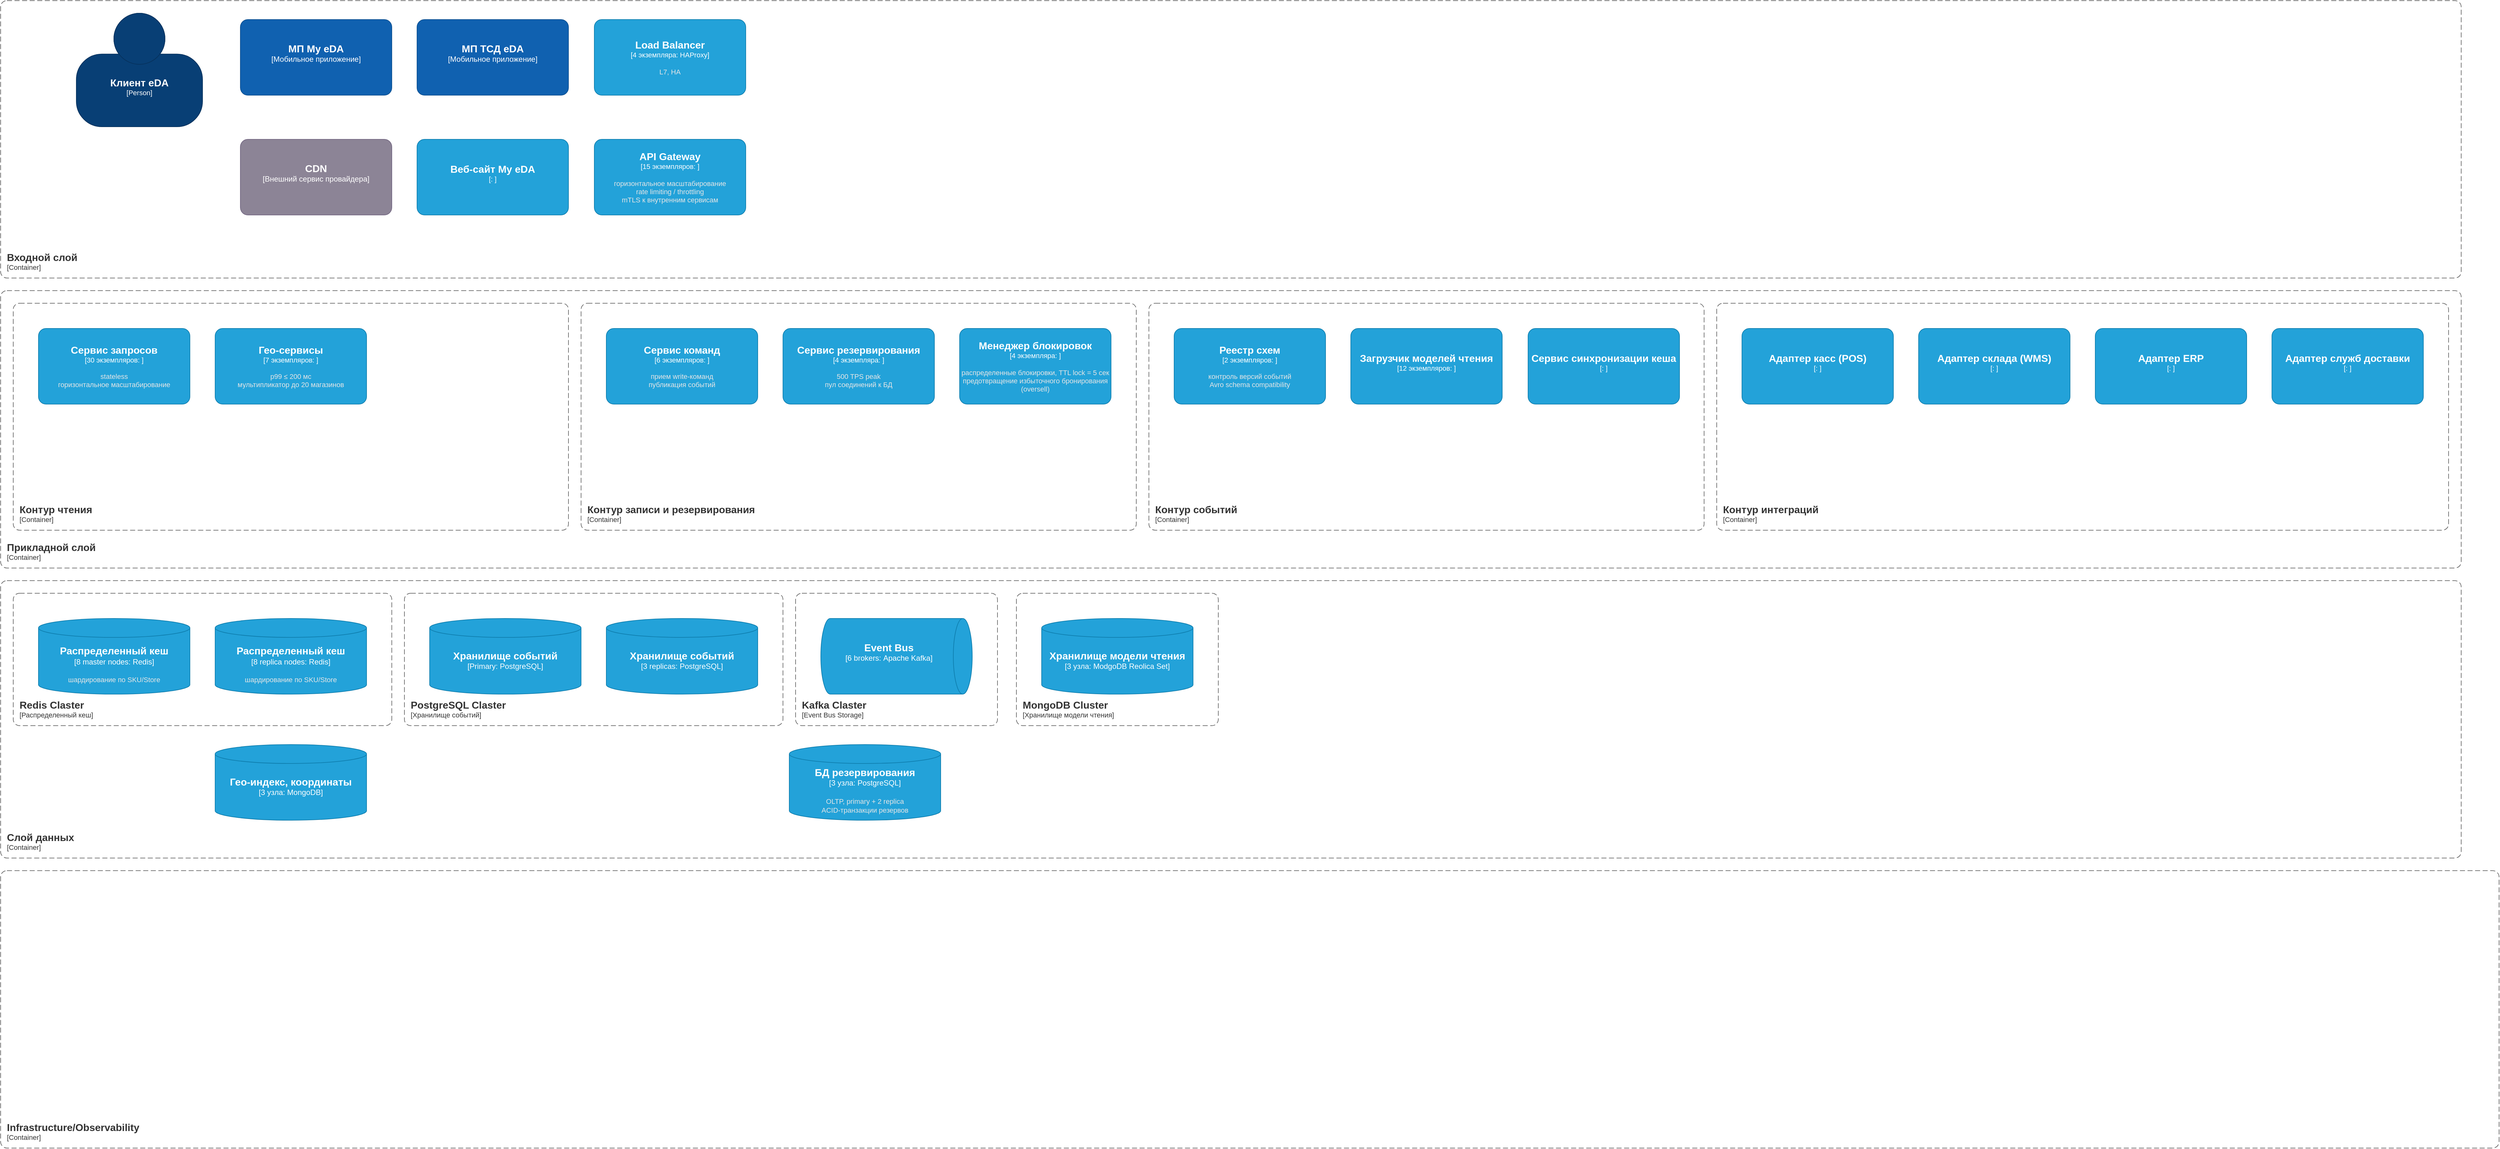
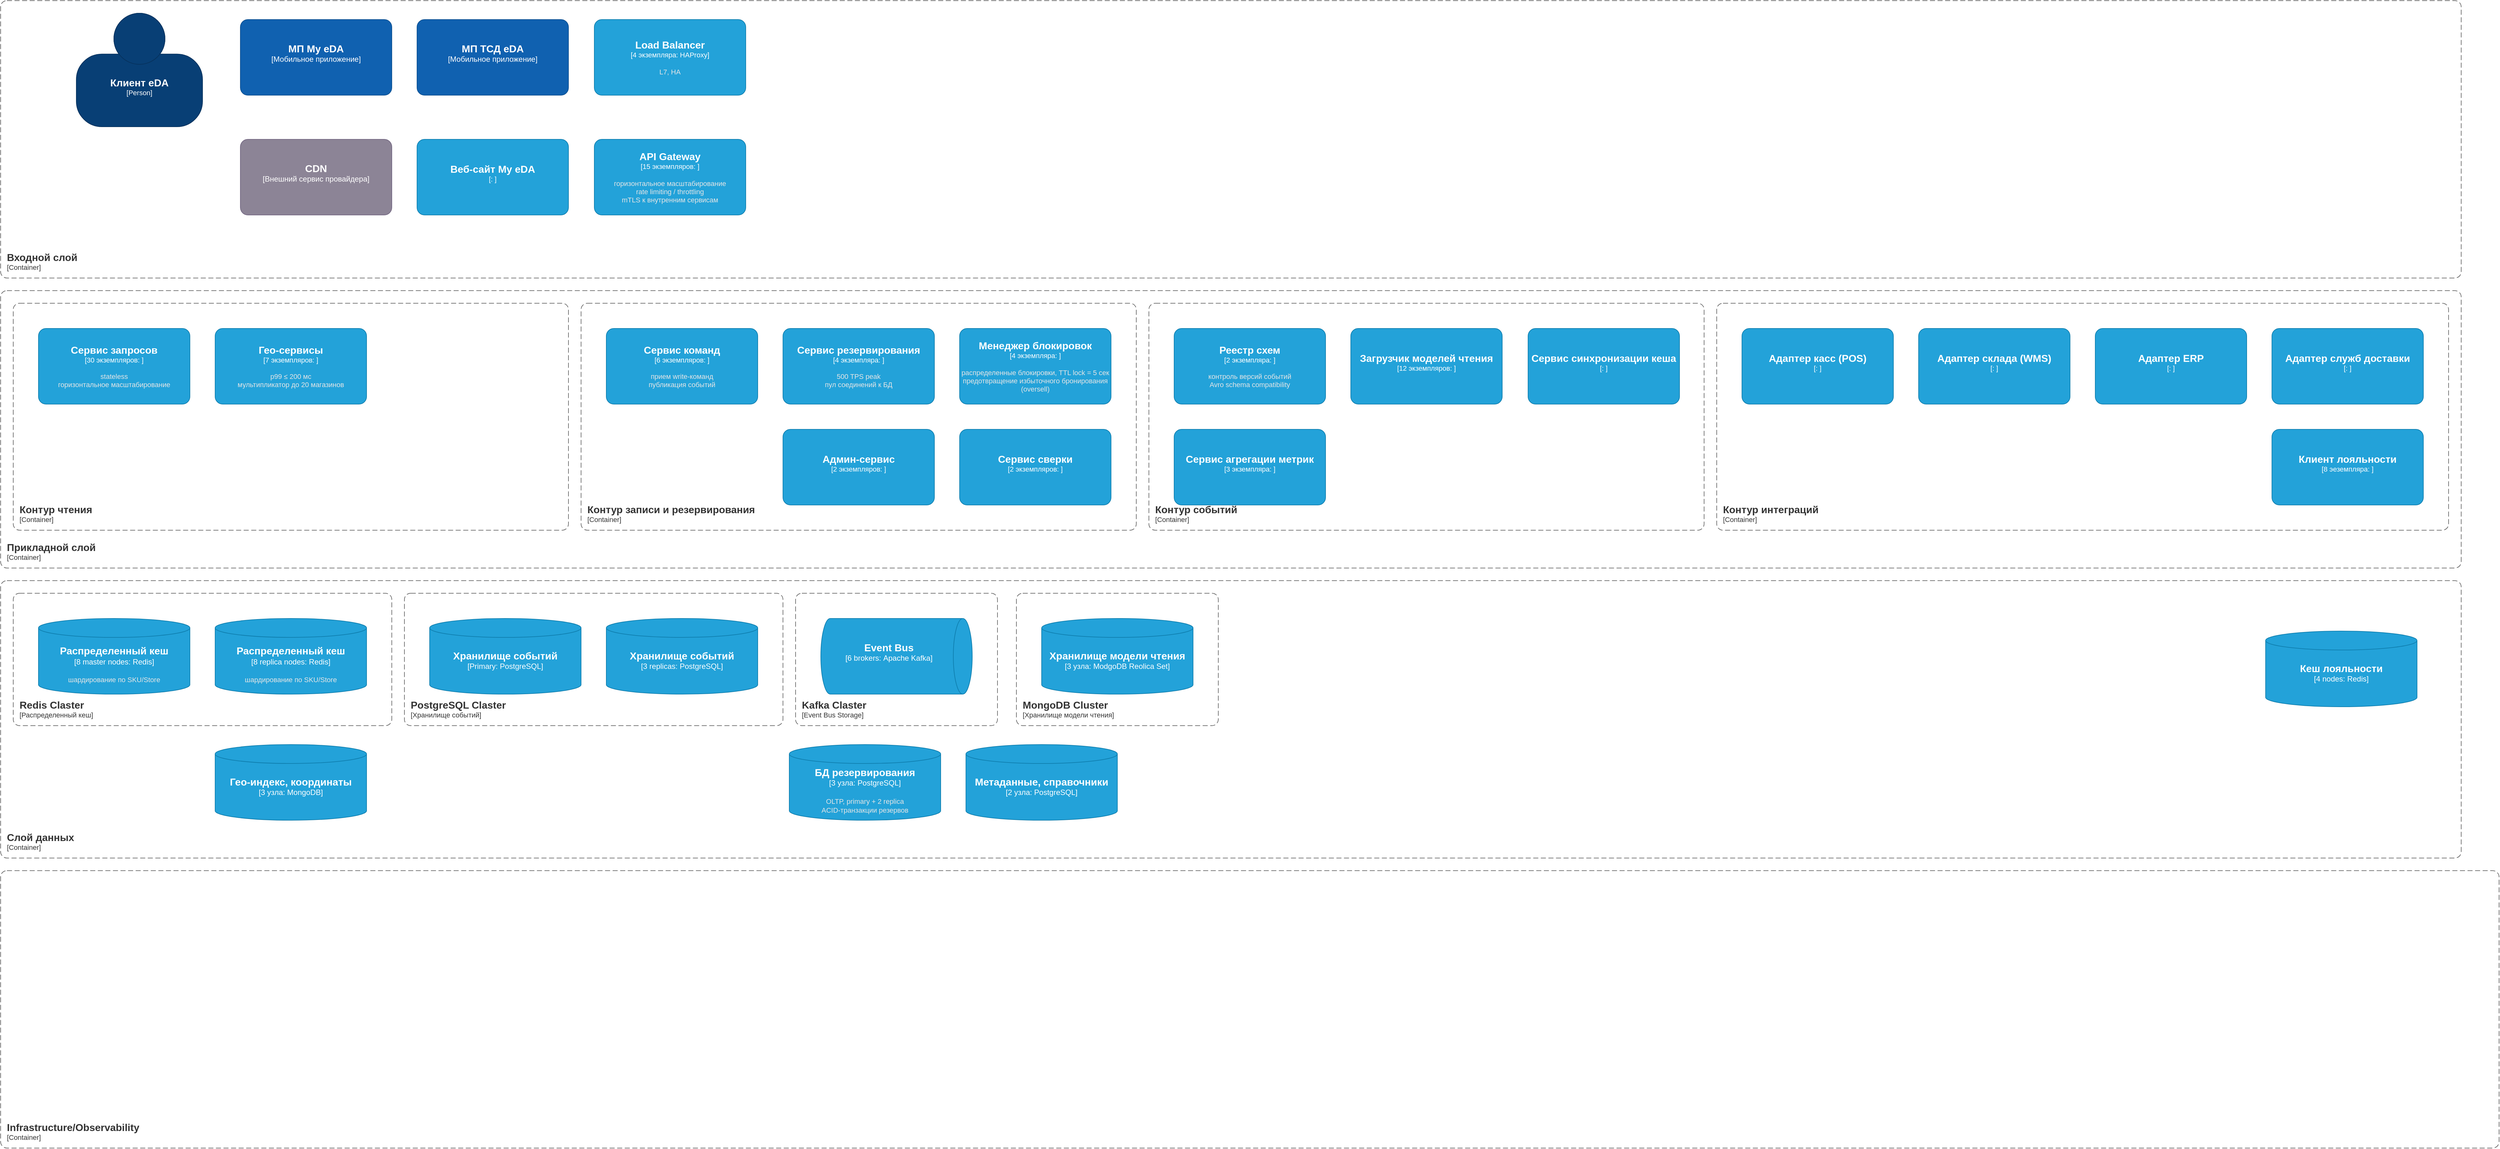
- <mxfile host="Electron" modified="2026-04-28T23:03:11.141Z" agent="Mozilla/5.0 (Windows NT 10.0; Win64; x64) AppleWebKit/537.36 (KHTML, like Gecko) draw.io/22.1.2 Chrome/114.0.5735.289 Electron/25.9.4 Safari/537.36" etag="bKKS-I2keDRK1W8x_I6d" version="22.1.2" type="device">
+ <mxfile host="Electron" modified="2026-04-29T21:40:49.843Z" agent="Mozilla/5.0 (Windows NT 10.0; Win64; x64) AppleWebKit/537.36 (KHTML, like Gecko) draw.io/22.1.2 Chrome/114.0.5735.289 Electron/25.9.4 Safari/537.36" etag="SSAKa4CMOVADBKIk3lrW" version="22.1.2" type="device">
  <diagram name="Страница — 1" id="PnTLWlEi3809HXJKZnw-">
-     <mxGraphModel dx="2182" dy="1274" grid="1" gridSize="10" guides="1" tooltips="1" connect="1" arrows="1" fold="1" page="1" pageScale="1" pageWidth="827" pageHeight="1169" math="0" shadow="0">
+     <mxGraphModel dx="1418" dy="828" grid="1" gridSize="10" guides="1" tooltips="1" connect="1" arrows="1" fold="1" page="1" pageScale="1" pageWidth="827" pageHeight="1169" math="0" shadow="0">
      <root>
        <mxCell id="0" />
        <mxCell id="1" parent="0" />
        <object placeholders="1" c4Name="Входной слой" c4Type="ContainerScopeBoundary" c4Application="Container" label="&lt;font style=&quot;font-size: 16px&quot;&gt;&lt;b&gt;&lt;div style=&quot;text-align: left&quot;&gt;%c4Name%&lt;/div&gt;&lt;/b&gt;&lt;/font&gt;&lt;div style=&quot;text-align: left&quot;&gt;[%c4Application%]&lt;/div&gt;" id="NhO7GiVlLulvBzD9yE4d-1">
          <mxCell style="rounded=1;fontSize=11;whiteSpace=wrap;html=1;dashed=1;arcSize=20;fillColor=none;strokeColor=#666666;fontColor=#333333;labelBackgroundColor=none;align=left;verticalAlign=bottom;labelBorderColor=none;spacingTop=0;spacing=10;dashPattern=8 4;metaEdit=1;rotatable=0;perimeter=rectanglePerimeter;noLabel=0;labelPadding=0;allowArrows=0;connectable=0;expand=0;recursiveResize=0;editable=1;pointerEvents=0;absoluteArcSize=1;points=[[0.25,0,0],[0.5,0,0],[0.75,0,0],[1,0.25,0],[1,0.5,0],[1,0.75,0],[0.75,1,0],[0.5,1,0],[0.25,1,0],[0,0.75,0],[0,0.5,0],[0,0.25,0]];" parent="1" vertex="1">
            <mxGeometry x="60" y="260" width="3900" height="440" as="geometry" />
          </mxCell>
        </object>
        <object placeholders="1" c4Name="Прикладной слой" c4Type="ContainerScopeBoundary" c4Application="Container" label="&lt;font style=&quot;font-size: 16px&quot;&gt;&lt;b&gt;&lt;div style=&quot;text-align: left&quot;&gt;%c4Name%&lt;/div&gt;&lt;/b&gt;&lt;/font&gt;&lt;div style=&quot;text-align: left&quot;&gt;[%c4Application%]&lt;/div&gt;" id="NhO7GiVlLulvBzD9yE4d-2">
          <mxCell style="rounded=1;fontSize=11;whiteSpace=wrap;html=1;dashed=1;arcSize=20;fillColor=none;strokeColor=#666666;fontColor=#333333;labelBackgroundColor=none;align=left;verticalAlign=bottom;labelBorderColor=none;spacingTop=0;spacing=10;dashPattern=8 4;metaEdit=1;rotatable=0;perimeter=rectanglePerimeter;noLabel=0;labelPadding=0;allowArrows=0;connectable=0;expand=0;recursiveResize=0;editable=1;pointerEvents=0;absoluteArcSize=1;points=[[0.25,0,0],[0.5,0,0],[0.75,0,0],[1,0.25,0],[1,0.5,0],[1,0.75,0],[0.75,1,0],[0.5,1,0],[0.25,1,0],[0,0.75,0],[0,0.5,0],[0,0.25,0]];" parent="1" vertex="1">
            <mxGeometry x="60" y="720" width="3900" height="440" as="geometry" />
          </mxCell>
        </object>
        <object placeholders="1" c4Name="Слой данных" c4Type="ContainerScopeBoundary" c4Application="Container" label="&lt;font style=&quot;font-size: 16px&quot;&gt;&lt;b&gt;&lt;div style=&quot;text-align: left&quot;&gt;%c4Name%&lt;/div&gt;&lt;/b&gt;&lt;/font&gt;&lt;div style=&quot;text-align: left&quot;&gt;[%c4Application%]&lt;/div&gt;" id="NhO7GiVlLulvBzD9yE4d-3">
          <mxCell style="rounded=1;fontSize=11;whiteSpace=wrap;html=1;dashed=1;arcSize=20;fillColor=none;strokeColor=#666666;fontColor=#333333;labelBackgroundColor=none;align=left;verticalAlign=bottom;labelBorderColor=none;spacingTop=0;spacing=10;dashPattern=8 4;metaEdit=1;rotatable=0;perimeter=rectanglePerimeter;noLabel=0;labelPadding=0;allowArrows=0;connectable=0;expand=0;recursiveResize=0;editable=1;pointerEvents=0;absoluteArcSize=1;points=[[0.25,0,0],[0.5,0,0],[0.75,0,0],[1,0.25,0],[1,0.5,0],[1,0.75,0],[0.75,1,0],[0.5,1,0],[0.25,1,0],[0,0.75,0],[0,0.5,0],[0,0.25,0]];" parent="1" vertex="1">
            <mxGeometry x="60" y="1180" width="3900" height="440" as="geometry" />
          </mxCell>
        </object>
        <object placeholders="1" c4Name="Infrastructure/Observability" c4Type="ContainerScopeBoundary" c4Application="Container" label="&lt;font style=&quot;font-size: 16px&quot;&gt;&lt;b&gt;&lt;div style=&quot;text-align: left&quot;&gt;%c4Name%&lt;/div&gt;&lt;/b&gt;&lt;/font&gt;&lt;div style=&quot;text-align: left&quot;&gt;[%c4Application%]&lt;/div&gt;" id="NhO7GiVlLulvBzD9yE4d-4">
          <mxCell style="rounded=1;fontSize=11;whiteSpace=wrap;html=1;dashed=1;arcSize=20;fillColor=none;strokeColor=#666666;fontColor=#333333;labelBackgroundColor=none;align=left;verticalAlign=bottom;labelBorderColor=none;spacingTop=0;spacing=10;dashPattern=8 4;metaEdit=1;rotatable=0;perimeter=rectanglePerimeter;noLabel=0;labelPadding=0;allowArrows=0;connectable=0;expand=0;recursiveResize=0;editable=1;pointerEvents=0;absoluteArcSize=1;points=[[0.25,0,0],[0.5,0,0],[0.75,0,0],[1,0.25,0],[1,0.5,0],[1,0.75,0],[0.75,1,0],[0.5,1,0],[0.25,1,0],[0,0.75,0],[0,0.5,0],[0,0.25,0]];" parent="1" vertex="1">
            <mxGeometry x="60" y="1640" width="3960" height="440" as="geometry" />
          </mxCell>
        </object>
        <object placeholders="1" c4Name="Клиент eDA" c4Type="Person" c4Description="" label="&lt;font style=&quot;font-size: 16px&quot;&gt;&lt;b&gt;%c4Name%&lt;/b&gt;&lt;/font&gt;&lt;div&gt;[%c4Type%]&lt;/div&gt;&lt;br&gt;&lt;div&gt;&lt;font style=&quot;font-size: 11px&quot;&gt;&lt;font color=&quot;#cccccc&quot;&gt;%c4Description%&lt;/font&gt;&lt;/div&gt;" id="NhO7GiVlLulvBzD9yE4d-5">
          <mxCell style="html=1;fontSize=11;dashed=0;whiteSpace=wrap;fillColor=#083F75;strokeColor=#06315C;fontColor=#ffffff;shape=mxgraph.c4.person2;align=center;metaEdit=1;points=[[0.5,0,0],[1,0.5,0],[1,0.75,0],[0.75,1,0],[0.5,1,0],[0.25,1,0],[0,0.75,0],[0,0.5,0]];resizable=0;" parent="1" vertex="1">
            <mxGeometry x="180" y="280" width="200" height="180" as="geometry" />
          </mxCell>
        </object>
        <object placeholders="1" c4Name="Контур чтения" c4Type="ContainerScopeBoundary" c4Application="Container" label="&lt;font style=&quot;font-size: 16px&quot;&gt;&lt;b&gt;&lt;div style=&quot;text-align: left&quot;&gt;%c4Name%&lt;/div&gt;&lt;/b&gt;&lt;/font&gt;&lt;div style=&quot;text-align: left&quot;&gt;[%c4Application%]&lt;/div&gt;" id="NhO7GiVlLulvBzD9yE4d-12">
          <mxCell style="rounded=1;fontSize=11;whiteSpace=wrap;html=1;dashed=1;arcSize=20;fillColor=none;strokeColor=#666666;fontColor=#333333;labelBackgroundColor=none;align=left;verticalAlign=bottom;labelBorderColor=none;spacingTop=0;spacing=10;dashPattern=8 4;metaEdit=1;rotatable=0;perimeter=rectanglePerimeter;noLabel=0;labelPadding=0;allowArrows=0;connectable=0;expand=0;recursiveResize=0;editable=1;pointerEvents=0;absoluteArcSize=1;points=[[0.25,0,0],[0.5,0,0],[0.75,0,0],[1,0.25,0],[1,0.5,0],[1,0.75,0],[0.75,1,0],[0.5,1,0],[0.25,1,0],[0,0.75,0],[0,0.5,0],[0,0.25,0]];" parent="1" vertex="1">
            <mxGeometry x="80" y="740" width="880" height="360" as="geometry" />
          </mxCell>
        </object>
        <object placeholders="1" c4Name="Контур записи и резервирования" c4Type="ContainerScopeBoundary" c4Application="Container" label="&lt;font style=&quot;font-size: 16px&quot;&gt;&lt;b&gt;&lt;div style=&quot;text-align: left&quot;&gt;%c4Name%&lt;/div&gt;&lt;/b&gt;&lt;/font&gt;&lt;div style=&quot;text-align: left&quot;&gt;[%c4Application%]&lt;/div&gt;" id="NhO7GiVlLulvBzD9yE4d-13">
          <mxCell style="rounded=1;fontSize=11;whiteSpace=wrap;html=1;dashed=1;arcSize=20;fillColor=none;strokeColor=#666666;fontColor=#333333;labelBackgroundColor=none;align=left;verticalAlign=bottom;labelBorderColor=none;spacingTop=0;spacing=10;dashPattern=8 4;metaEdit=1;rotatable=0;perimeter=rectanglePerimeter;noLabel=0;labelPadding=0;allowArrows=0;connectable=0;expand=0;recursiveResize=0;editable=1;pointerEvents=0;absoluteArcSize=1;points=[[0.25,0,0],[0.5,0,0],[0.75,0,0],[1,0.25,0],[1,0.5,0],[1,0.75,0],[0.75,1,0],[0.5,1,0],[0.25,1,0],[0,0.75,0],[0,0.5,0],[0,0.25,0]];" parent="1" vertex="1">
            <mxGeometry x="980" y="740" width="880" height="360" as="geometry" />
          </mxCell>
        </object>
        <object placeholders="1" c4Name="Контур событий" c4Type="ContainerScopeBoundary" c4Application="Container" label="&lt;font style=&quot;font-size: 16px&quot;&gt;&lt;b&gt;&lt;div style=&quot;text-align: left&quot;&gt;%c4Name%&lt;/div&gt;&lt;/b&gt;&lt;/font&gt;&lt;div style=&quot;text-align: left&quot;&gt;[%c4Application%]&lt;/div&gt;" id="NhO7GiVlLulvBzD9yE4d-17">
          <mxCell style="rounded=1;fontSize=11;whiteSpace=wrap;html=1;dashed=1;arcSize=20;fillColor=none;strokeColor=#666666;fontColor=#333333;labelBackgroundColor=none;align=left;verticalAlign=bottom;labelBorderColor=none;spacingTop=0;spacing=10;dashPattern=8 4;metaEdit=1;rotatable=0;perimeter=rectanglePerimeter;noLabel=0;labelPadding=0;allowArrows=0;connectable=0;expand=0;recursiveResize=0;editable=1;pointerEvents=0;absoluteArcSize=1;points=[[0.25,0,0],[0.5,0,0],[0.75,0,0],[1,0.25,0],[1,0.5,0],[1,0.75,0],[0.75,1,0],[0.5,1,0],[0.25,1,0],[0,0.75,0],[0,0.5,0],[0,0.25,0]];" parent="1" vertex="1">
            <mxGeometry x="1880" y="740" width="880" height="360" as="geometry" />
          </mxCell>
        </object>
        <object placeholders="1" c4Name="Контур интеграций" c4Type="ContainerScopeBoundary" c4Application="Container" label="&lt;font style=&quot;font-size: 16px&quot;&gt;&lt;b&gt;&lt;div style=&quot;text-align: left&quot;&gt;%c4Name%&lt;/div&gt;&lt;/b&gt;&lt;/font&gt;&lt;div style=&quot;text-align: left&quot;&gt;[%c4Application%]&lt;/div&gt;" id="NhO7GiVlLulvBzD9yE4d-21">
          <mxCell style="rounded=1;fontSize=11;whiteSpace=wrap;html=1;dashed=1;arcSize=20;fillColor=none;strokeColor=#666666;fontColor=#333333;labelBackgroundColor=none;align=left;verticalAlign=bottom;labelBorderColor=none;spacingTop=0;spacing=10;dashPattern=8 4;metaEdit=1;rotatable=0;perimeter=rectanglePerimeter;noLabel=0;labelPadding=0;allowArrows=0;connectable=0;expand=0;recursiveResize=0;editable=1;pointerEvents=0;absoluteArcSize=1;points=[[0.25,0,0],[0.5,0,0],[0.75,0,0],[1,0.25,0],[1,0.5,0],[1,0.75,0],[0.75,1,0],[0.5,1,0],[0.25,1,0],[0,0.75,0],[0,0.5,0],[0,0.25,0]];" parent="1" vertex="1">
            <mxGeometry x="2780" y="740" width="1160" height="360" as="geometry" />
          </mxCell>
        </object>
        <object placeholders="1" c4Type="Распределенный кеш" c4Container="8 master nodes" c4Technology="Redis" c4Description="шардирование по SKU/Store" label="&lt;font style=&quot;font-size: 16px&quot;&gt;&lt;b&gt;%c4Type%&lt;/b&gt;&lt;/font&gt;&lt;div&gt;[%c4Container%:&amp;nbsp;%c4Technology%]&lt;/div&gt;&lt;br&gt;&lt;div&gt;&lt;font style=&quot;font-size: 11px&quot;&gt;&lt;font color=&quot;#E6E6E6&quot;&gt;%c4Description%&lt;/font&gt;&lt;/div&gt;" id="NhO7GiVlLulvBzD9yE4d-26">
          <mxCell style="shape=cylinder3;size=15;whiteSpace=wrap;html=1;boundedLbl=1;rounded=0;labelBackgroundColor=none;fillColor=#23A2D9;fontSize=12;fontColor=#ffffff;align=center;strokeColor=#0E7DAD;metaEdit=1;points=[[0.5,0,0],[1,0.25,0],[1,0.5,0],[1,0.75,0],[0.5,1,0],[0,0.75,0],[0,0.5,0],[0,0.25,0]];resizable=0;" parent="1" vertex="1">
            <mxGeometry x="120" y="1240" width="240" height="120" as="geometry" />
          </mxCell>
        </object>
        <object placeholders="1" c4Type="Распределенный кеш" c4Container="8 replica nodes" c4Technology="Redis" c4Description="шардирование по SKU/Store" label="&lt;font style=&quot;font-size: 16px&quot;&gt;&lt;b&gt;%c4Type%&lt;/b&gt;&lt;/font&gt;&lt;div&gt;[%c4Container%:&amp;nbsp;%c4Technology%]&lt;/div&gt;&lt;br&gt;&lt;div&gt;&lt;font style=&quot;font-size: 11px&quot;&gt;&lt;font color=&quot;#E6E6E6&quot;&gt;%c4Description%&lt;/font&gt;&lt;/div&gt;" id="NhO7GiVlLulvBzD9yE4d-27">
          <mxCell style="shape=cylinder3;size=15;whiteSpace=wrap;html=1;boundedLbl=1;rounded=0;labelBackgroundColor=none;fillColor=#23A2D9;fontSize=12;fontColor=#ffffff;align=center;strokeColor=#0E7DAD;metaEdit=1;points=[[0.5,0,0],[1,0.25,0],[1,0.5,0],[1,0.75,0],[0.5,1,0],[0,0.75,0],[0,0.5,0],[0,0.25,0]];resizable=0;" parent="1" vertex="1">
            <mxGeometry x="400" y="1240" width="240" height="120" as="geometry" />
          </mxCell>
        </object>
        <object placeholders="1" c4Name="Redis Claster" c4Type="ContainerScopeBoundary" c4Application="Распределенный кеш" label="&lt;font style=&quot;font-size: 16px&quot;&gt;&lt;b&gt;&lt;div style=&quot;text-align: left&quot;&gt;%c4Name%&lt;/div&gt;&lt;/b&gt;&lt;/font&gt;&lt;div style=&quot;text-align: left&quot;&gt;[%c4Application%]&lt;/div&gt;" id="NhO7GiVlLulvBzD9yE4d-28">
          <mxCell style="rounded=1;fontSize=11;whiteSpace=wrap;html=1;dashed=1;arcSize=20;fillColor=none;strokeColor=#666666;fontColor=#333333;labelBackgroundColor=none;align=left;verticalAlign=bottom;labelBorderColor=none;spacingTop=0;spacing=10;dashPattern=8 4;metaEdit=1;rotatable=0;perimeter=rectanglePerimeter;noLabel=0;labelPadding=0;allowArrows=0;connectable=0;expand=0;recursiveResize=0;editable=1;pointerEvents=0;absoluteArcSize=1;points=[[0.25,0,0],[0.5,0,0],[0.75,0,0],[1,0.25,0],[1,0.5,0],[1,0.75,0],[0.75,1,0],[0.5,1,0],[0.25,1,0],[0,0.75,0],[0,0.5,0],[0,0.25,0]];" parent="1" vertex="1">
            <mxGeometry x="80" y="1200" width="600" height="210" as="geometry" />
          </mxCell>
        </object>
        <object placeholders="1" c4Name="PostgreSQL Claster" c4Type="ContainerScopeBoundary" c4Application="Хранилище событий" label="&lt;font style=&quot;font-size: 16px&quot;&gt;&lt;b&gt;&lt;div style=&quot;text-align: left&quot;&gt;%c4Name%&lt;/div&gt;&lt;/b&gt;&lt;/font&gt;&lt;div style=&quot;text-align: left&quot;&gt;[%c4Application%]&lt;/div&gt;" id="NhO7GiVlLulvBzD9yE4d-29">
          <mxCell style="rounded=1;fontSize=11;whiteSpace=wrap;html=1;dashed=1;arcSize=20;fillColor=none;strokeColor=#666666;fontColor=#333333;labelBackgroundColor=none;align=left;verticalAlign=bottom;labelBorderColor=none;spacingTop=0;spacing=10;dashPattern=8 4;metaEdit=1;rotatable=0;perimeter=rectanglePerimeter;noLabel=0;labelPadding=0;allowArrows=0;connectable=0;expand=0;recursiveResize=0;editable=1;pointerEvents=0;absoluteArcSize=1;points=[[0.25,0,0],[0.5,0,0],[0.75,0,0],[1,0.25,0],[1,0.5,0],[1,0.75,0],[0.75,1,0],[0.5,1,0],[0.25,1,0],[0,0.75,0],[0,0.5,0],[0,0.25,0]];" parent="1" vertex="1">
            <mxGeometry x="700" y="1200" width="600" height="210" as="geometry" />
          </mxCell>
        </object>
        <object placeholders="1" c4Type="Хранилище событий" c4Container="Primary" c4Technology="PostgreSQL" c4Description="" label="&lt;font style=&quot;font-size: 16px&quot;&gt;&lt;b&gt;%c4Type%&lt;/b&gt;&lt;/font&gt;&lt;div&gt;[%c4Container%:&amp;nbsp;%c4Technology%]&lt;/div&gt;&lt;br&gt;&lt;div&gt;&lt;font style=&quot;font-size: 11px&quot;&gt;&lt;font color=&quot;#E6E6E6&quot;&gt;%c4Description%&lt;/font&gt;&lt;/div&gt;" id="NhO7GiVlLulvBzD9yE4d-30">
          <mxCell style="shape=cylinder3;size=15;whiteSpace=wrap;html=1;boundedLbl=1;rounded=0;labelBackgroundColor=none;fillColor=#23A2D9;fontSize=12;fontColor=#ffffff;align=center;strokeColor=#0E7DAD;metaEdit=1;points=[[0.5,0,0],[1,0.25,0],[1,0.5,0],[1,0.75,0],[0.5,1,0],[0,0.75,0],[0,0.5,0],[0,0.25,0]];resizable=0;" parent="1" vertex="1">
            <mxGeometry x="740" y="1240" width="240" height="120" as="geometry" />
          </mxCell>
        </object>
        <object placeholders="1" c4Type="Хранилище событий" c4Container="3 replicas" c4Technology="PostgreSQL" c4Description="" label="&lt;font style=&quot;font-size: 16px&quot;&gt;&lt;b&gt;%c4Type%&lt;/b&gt;&lt;/font&gt;&lt;div&gt;[%c4Container%:&amp;nbsp;%c4Technology%]&lt;/div&gt;&lt;br&gt;&lt;div&gt;&lt;font style=&quot;font-size: 11px&quot;&gt;&lt;font color=&quot;#E6E6E6&quot;&gt;%c4Description%&lt;/font&gt;&lt;/div&gt;" id="NhO7GiVlLulvBzD9yE4d-31">
          <mxCell style="shape=cylinder3;size=15;whiteSpace=wrap;html=1;boundedLbl=1;rounded=0;labelBackgroundColor=none;fillColor=#23A2D9;fontSize=12;fontColor=#ffffff;align=center;strokeColor=#0E7DAD;metaEdit=1;points=[[0.5,0,0],[1,0.25,0],[1,0.5,0],[1,0.75,0],[0.5,1,0],[0,0.75,0],[0,0.5,0],[0,0.25,0]];resizable=0;" parent="1" vertex="1">
            <mxGeometry x="1020" y="1240" width="240" height="120" as="geometry" />
          </mxCell>
        </object>
        <object placeholders="1" c4Name="Kafka Claster" c4Type="ContainerScopeBoundary" c4Application="Event Bus Storage" label="&lt;font style=&quot;font-size: 16px&quot;&gt;&lt;b&gt;&lt;div style=&quot;text-align: left&quot;&gt;%c4Name%&lt;/div&gt;&lt;/b&gt;&lt;/font&gt;&lt;div style=&quot;text-align: left&quot;&gt;[%c4Application%]&lt;/div&gt;" id="NhO7GiVlLulvBzD9yE4d-32">
          <mxCell style="rounded=1;fontSize=11;whiteSpace=wrap;html=1;dashed=1;arcSize=20;fillColor=none;strokeColor=#666666;fontColor=#333333;labelBackgroundColor=none;align=left;verticalAlign=bottom;labelBorderColor=none;spacingTop=0;spacing=10;dashPattern=8 4;metaEdit=1;rotatable=0;perimeter=rectanglePerimeter;noLabel=0;labelPadding=0;allowArrows=0;connectable=0;expand=0;recursiveResize=0;editable=1;pointerEvents=0;absoluteArcSize=1;points=[[0.25,0,0],[0.5,0,0],[0.75,0,0],[1,0.25,0],[1,0.5,0],[1,0.75,0],[0.75,1,0],[0.5,1,0],[0.25,1,0],[0,0.75,0],[0,0.5,0],[0,0.25,0]];" parent="1" vertex="1">
            <mxGeometry x="1320" y="1200" width="320" height="210" as="geometry" />
          </mxCell>
        </object>
        <object placeholders="1" c4Type="Event Bus " c4Container="6 brokers" c4Technology="Apache Kafka" c4Description="" label="&lt;font style=&quot;font-size: 16px&quot;&gt;&lt;b&gt;%c4Type%&lt;/b&gt;&lt;/font&gt;&lt;div&gt;[%c4Container%:&amp;nbsp;%c4Technology%]&lt;/div&gt;&lt;br&gt;&lt;div&gt;&lt;font style=&quot;font-size: 11px&quot;&gt;&lt;font color=&quot;#E6E6E6&quot;&gt;%c4Description%&lt;/font&gt;&lt;/div&gt;" id="NhO7GiVlLulvBzD9yE4d-35">
          <mxCell style="shape=cylinder3;size=15;direction=south;whiteSpace=wrap;html=1;boundedLbl=1;rounded=0;labelBackgroundColor=none;fillColor=#23A2D9;fontSize=12;fontColor=#ffffff;align=center;strokeColor=#0E7DAD;metaEdit=1;points=[[0.5,0,0],[1,0.25,0],[1,0.5,0],[1,0.75,0],[0.5,1,0],[0,0.75,0],[0,0.5,0],[0,0.25,0]];resizable=0;" parent="1" vertex="1">
            <mxGeometry x="1360" y="1240" width="240" height="120" as="geometry" />
          </mxCell>
        </object>
        <object placeholders="1" c4Name="MongoDB Cluster" c4Type="ContainerScopeBoundary" c4Application="Хранилище модели чтения" label="&lt;font style=&quot;font-size: 16px&quot;&gt;&lt;b&gt;&lt;div style=&quot;text-align: left&quot;&gt;%c4Name%&lt;/div&gt;&lt;/b&gt;&lt;/font&gt;&lt;div style=&quot;text-align: left&quot;&gt;[%c4Application%]&lt;/div&gt;" id="NhO7GiVlLulvBzD9yE4d-36">
          <mxCell style="rounded=1;fontSize=11;whiteSpace=wrap;html=1;dashed=1;arcSize=20;fillColor=none;strokeColor=#666666;fontColor=#333333;labelBackgroundColor=none;align=left;verticalAlign=bottom;labelBorderColor=none;spacingTop=0;spacing=10;dashPattern=8 4;metaEdit=1;rotatable=0;perimeter=rectanglePerimeter;noLabel=0;labelPadding=0;allowArrows=0;connectable=0;expand=0;recursiveResize=0;editable=1;pointerEvents=0;absoluteArcSize=1;points=[[0.25,0,0],[0.5,0,0],[0.75,0,0],[1,0.25,0],[1,0.5,0],[1,0.75,0],[0.75,1,0],[0.5,1,0],[0.25,1,0],[0,0.75,0],[0,0.5,0],[0,0.25,0]];" parent="1" vertex="1">
            <mxGeometry x="1670" y="1200" width="320" height="210" as="geometry" />
          </mxCell>
        </object>
        <object placeholders="1" c4Name="МП My eDA " c4Type="Мобильное приложение" c4Description="" label="&lt;font style=&quot;font-size: 16px&quot;&gt;&lt;b&gt;%c4Name%&lt;/b&gt;&lt;/font&gt;&lt;div&gt;[%c4Type%]&lt;/div&gt;&lt;br&gt;&lt;div&gt;&lt;font style=&quot;font-size: 11px&quot;&gt;&lt;font color=&quot;#cccccc&quot;&gt;%c4Description%&lt;/font&gt;&lt;/div&gt;" id="QPQx1lAxpROD3ONeoEt4-1">
-           <mxCell style="rounded=1;whiteSpace=wrap;html=1;labelBackgroundColor=none;fillColor=#1061B0;fontColor=#ffffff;align=center;arcSize=10;strokeColor=#0D5091;metaEdit=1;resizable=0;points=[[0.25,0,0],[0.5,0,0],[0.75,0,0],[1,0.25,0],[1,0.5,0],[1,0.75,0],[0.75,1,0],[0.5,1,0],[0.25,1,0],[0,0.75,0],[0,0.5,0],[0,0.25,0]];" vertex="1" parent="1">
+           <mxCell style="rounded=1;whiteSpace=wrap;html=1;labelBackgroundColor=none;fillColor=#1061B0;fontColor=#ffffff;align=center;arcSize=10;strokeColor=#0D5091;metaEdit=1;resizable=0;points=[[0.25,0,0],[0.5,0,0],[0.75,0,0],[1,0.25,0],[1,0.5,0],[1,0.75,0],[0.75,1,0],[0.5,1,0],[0.25,1,0],[0,0.75,0],[0,0.5,0],[0,0.25,0]];" parent="1" vertex="1">
            <mxGeometry x="440" y="290" width="240" height="120" as="geometry" />
          </mxCell>
        </object>
        <object placeholders="1" c4Name="CDN" c4Type="Внешний сервис провайдера" c4Description="" label="&lt;font style=&quot;font-size: 16px&quot;&gt;&lt;b&gt;%c4Name%&lt;/b&gt;&lt;/font&gt;&lt;div&gt;[%c4Type%]&lt;/div&gt;&lt;br&gt;&lt;div&gt;&lt;font style=&quot;font-size: 11px&quot;&gt;&lt;font color=&quot;#cccccc&quot;&gt;%c4Description%&lt;/font&gt;&lt;/div&gt;" id="QPQx1lAxpROD3ONeoEt4-2">
-           <mxCell style="rounded=1;whiteSpace=wrap;html=1;labelBackgroundColor=none;fillColor=#8C8496;fontColor=#ffffff;align=center;arcSize=10;strokeColor=#736782;metaEdit=1;resizable=0;points=[[0.25,0,0],[0.5,0,0],[0.75,0,0],[1,0.25,0],[1,0.5,0],[1,0.75,0],[0.75,1,0],[0.5,1,0],[0.25,1,0],[0,0.75,0],[0,0.5,0],[0,0.25,0]];" vertex="1" parent="1">
+           <mxCell style="rounded=1;whiteSpace=wrap;html=1;labelBackgroundColor=none;fillColor=#8C8496;fontColor=#ffffff;align=center;arcSize=10;strokeColor=#736782;metaEdit=1;resizable=0;points=[[0.25,0,0],[0.5,0,0],[0.75,0,0],[1,0.25,0],[1,0.5,0],[1,0.75,0],[0.75,1,0],[0.5,1,0],[0.25,1,0],[0,0.75,0],[0,0.5,0],[0,0.25,0]];" parent="1" vertex="1">
            <mxGeometry x="440" y="480" width="240" height="120" as="geometry" />
          </mxCell>
        </object>
        <object placeholders="1" c4Name="МП ТСД eDA" c4Type="Мобильное приложение" c4Description="" label="&lt;font style=&quot;font-size: 16px&quot;&gt;&lt;b&gt;%c4Name%&lt;/b&gt;&lt;/font&gt;&lt;div&gt;[%c4Type%]&lt;/div&gt;&lt;br&gt;&lt;div&gt;&lt;font style=&quot;font-size: 11px&quot;&gt;&lt;font color=&quot;#cccccc&quot;&gt;%c4Description%&lt;/font&gt;&lt;/div&gt;" id="QPQx1lAxpROD3ONeoEt4-3">
-           <mxCell style="rounded=1;whiteSpace=wrap;html=1;labelBackgroundColor=none;fillColor=#1061B0;fontColor=#ffffff;align=center;arcSize=10;strokeColor=#0D5091;metaEdit=1;resizable=0;points=[[0.25,0,0],[0.5,0,0],[0.75,0,0],[1,0.25,0],[1,0.5,0],[1,0.75,0],[0.75,1,0],[0.5,1,0],[0.25,1,0],[0,0.75,0],[0,0.5,0],[0,0.25,0]];" vertex="1" parent="1">
+           <mxCell style="rounded=1;whiteSpace=wrap;html=1;labelBackgroundColor=none;fillColor=#1061B0;fontColor=#ffffff;align=center;arcSize=10;strokeColor=#0D5091;metaEdit=1;resizable=0;points=[[0.25,0,0],[0.5,0,0],[0.75,0,0],[1,0.25,0],[1,0.5,0],[1,0.75,0],[0.75,1,0],[0.5,1,0],[0.25,1,0],[0,0.75,0],[0,0.5,0],[0,0.25,0]];" parent="1" vertex="1">
            <mxGeometry x="720" y="290" width="240" height="120" as="geometry" />
          </mxCell>
        </object>
        <object placeholders="1" c4Name="Load Balancer" c4Type="4 экземпляра" c4Technology="HAProxy" c4Description="L7, HA" label="&lt;font style=&quot;font-size: 16px&quot;&gt;&lt;b&gt;%c4Name%&lt;/b&gt;&lt;/font&gt;&lt;div&gt;[%c4Type%: %c4Technology%]&lt;/div&gt;&lt;br&gt;&lt;div&gt;&lt;font style=&quot;font-size: 11px&quot;&gt;&lt;font color=&quot;#E6E6E6&quot;&gt;%c4Description%&lt;/font&gt;&lt;/div&gt;" id="QPQx1lAxpROD3ONeoEt4-6">
-           <mxCell style="rounded=1;whiteSpace=wrap;html=1;fontSize=11;labelBackgroundColor=none;fillColor=#23A2D9;fontColor=#ffffff;align=center;arcSize=10;strokeColor=#0E7DAD;metaEdit=1;resizable=0;points=[[0.25,0,0],[0.5,0,0],[0.75,0,0],[1,0.25,0],[1,0.5,0],[1,0.75,0],[0.75,1,0],[0.5,1,0],[0.25,1,0],[0,0.75,0],[0,0.5,0],[0,0.25,0]];" vertex="1" parent="1">
+           <mxCell style="rounded=1;whiteSpace=wrap;html=1;fontSize=11;labelBackgroundColor=none;fillColor=#23A2D9;fontColor=#ffffff;align=center;arcSize=10;strokeColor=#0E7DAD;metaEdit=1;resizable=0;points=[[0.25,0,0],[0.5,0,0],[0.75,0,0],[1,0.25,0],[1,0.5,0],[1,0.75,0],[0.75,1,0],[0.5,1,0],[0.25,1,0],[0,0.75,0],[0,0.5,0],[0,0.25,0]];" parent="1" vertex="1">
            <mxGeometry x="1001" y="290" width="240" height="120" as="geometry" />
          </mxCell>
        </object>
        <object placeholders="1" c4Name="API Gateway" c4Type="15 экземпляров" c4Technology="" c4Description="горизонтальное масштабирование&#xa;rate limiting / throttling&#xa;mTLS к внутренним сервисам" label="&lt;font style=&quot;font-size: 16px&quot;&gt;&lt;b&gt;%c4Name%&lt;/b&gt;&lt;/font&gt;&lt;div&gt;[%c4Type%: %c4Technology%]&lt;/div&gt;&lt;br&gt;&lt;div&gt;&lt;font style=&quot;font-size: 11px&quot;&gt;&lt;font color=&quot;#E6E6E6&quot;&gt;%c4Description%&lt;/font&gt;&lt;/div&gt;" id="QPQx1lAxpROD3ONeoEt4-7">
-           <mxCell style="rounded=1;whiteSpace=wrap;html=1;fontSize=11;labelBackgroundColor=none;fillColor=#23A2D9;fontColor=#ffffff;align=center;arcSize=10;strokeColor=#0E7DAD;metaEdit=1;resizable=0;points=[[0.25,0,0],[0.5,0,0],[0.75,0,0],[1,0.25,0],[1,0.5,0],[1,0.75,0],[0.75,1,0],[0.5,1,0],[0.25,1,0],[0,0.75,0],[0,0.5,0],[0,0.25,0]];" vertex="1" parent="1">
+           <mxCell style="rounded=1;whiteSpace=wrap;html=1;fontSize=11;labelBackgroundColor=none;fillColor=#23A2D9;fontColor=#ffffff;align=center;arcSize=10;strokeColor=#0E7DAD;metaEdit=1;resizable=0;points=[[0.25,0,0],[0.5,0,0],[0.75,0,0],[1,0.25,0],[1,0.5,0],[1,0.75,0],[0.75,1,0],[0.5,1,0],[0.25,1,0],[0,0.75,0],[0,0.5,0],[0,0.25,0]];" parent="1" vertex="1">
            <mxGeometry x="1001" y="480" width="240" height="120" as="geometry" />
          </mxCell>
        </object>
        <object placeholders="1" c4Name="Веб-сайт My eDA" c4Type="" c4Technology="" c4Description="" label="&lt;font style=&quot;font-size: 16px&quot;&gt;&lt;b&gt;%c4Name%&lt;/b&gt;&lt;/font&gt;&lt;div&gt;[%c4Type%: %c4Technology%]&lt;/div&gt;&lt;br&gt;&lt;div&gt;&lt;font style=&quot;font-size: 11px&quot;&gt;&lt;font color=&quot;#E6E6E6&quot;&gt;%c4Description%&lt;/font&gt;&lt;/div&gt;" id="QPQx1lAxpROD3ONeoEt4-9">
-           <mxCell style="rounded=1;whiteSpace=wrap;html=1;fontSize=11;labelBackgroundColor=none;fillColor=#23A2D9;fontColor=#ffffff;align=center;arcSize=10;strokeColor=#0E7DAD;metaEdit=1;resizable=0;points=[[0.25,0,0],[0.5,0,0],[0.75,0,0],[1,0.25,0],[1,0.5,0],[1,0.75,0],[0.75,1,0],[0.5,1,0],[0.25,1,0],[0,0.75,0],[0,0.5,0],[0,0.25,0]];" vertex="1" parent="1">
+           <mxCell style="rounded=1;whiteSpace=wrap;html=1;fontSize=11;labelBackgroundColor=none;fillColor=#23A2D9;fontColor=#ffffff;align=center;arcSize=10;strokeColor=#0E7DAD;metaEdit=1;resizable=0;points=[[0.25,0,0],[0.5,0,0],[0.75,0,0],[1,0.25,0],[1,0.5,0],[1,0.75,0],[0.75,1,0],[0.5,1,0],[0.25,1,0],[0,0.75,0],[0,0.5,0],[0,0.25,0]];" parent="1" vertex="1">
            <mxGeometry x="720" y="480" width="240" height="120" as="geometry" />
          </mxCell>
        </object>
        <object placeholders="1" c4Name="Сервис запросов" c4Type="30 экземпляров" c4Technology="" c4Description="stateless&#xa;горизонтальное масштабирование" label="&lt;font style=&quot;font-size: 16px&quot;&gt;&lt;b&gt;%c4Name%&lt;/b&gt;&lt;/font&gt;&lt;div&gt;[%c4Type%: %c4Technology%]&lt;/div&gt;&lt;br&gt;&lt;div&gt;&lt;font style=&quot;font-size: 11px&quot;&gt;&lt;font color=&quot;#E6E6E6&quot;&gt;%c4Description%&lt;/font&gt;&lt;/div&gt;" id="QPQx1lAxpROD3ONeoEt4-10">
-           <mxCell style="rounded=1;whiteSpace=wrap;html=1;fontSize=11;labelBackgroundColor=none;fillColor=#23A2D9;fontColor=#ffffff;align=center;arcSize=10;strokeColor=#0E7DAD;metaEdit=1;resizable=0;points=[[0.25,0,0],[0.5,0,0],[0.75,0,0],[1,0.25,0],[1,0.5,0],[1,0.75,0],[0.75,1,0],[0.5,1,0],[0.25,1,0],[0,0.75,0],[0,0.5,0],[0,0.25,0]];" vertex="1" parent="1">
+           <mxCell style="rounded=1;whiteSpace=wrap;html=1;fontSize=11;labelBackgroundColor=none;fillColor=#23A2D9;fontColor=#ffffff;align=center;arcSize=10;strokeColor=#0E7DAD;metaEdit=1;resizable=0;points=[[0.25,0,0],[0.5,0,0],[0.75,0,0],[1,0.25,0],[1,0.5,0],[1,0.75,0],[0.75,1,0],[0.5,1,0],[0.25,1,0],[0,0.75,0],[0,0.5,0],[0,0.25,0]];" parent="1" vertex="1">
            <mxGeometry x="120" y="780" width="240" height="120" as="geometry" />
          </mxCell>
        </object>
        <object placeholders="1" c4Name="Гео-сервисы" c4Type="7 экземпляров" c4Technology="" c4Description="p99 ≤ 200 мс&#xa;мультипликатор до 20 магазинов" label="&lt;font style=&quot;font-size: 16px&quot;&gt;&lt;b&gt;%c4Name%&lt;/b&gt;&lt;/font&gt;&lt;div&gt;[%c4Type%: %c4Technology%]&lt;/div&gt;&lt;br&gt;&lt;div&gt;&lt;font style=&quot;font-size: 11px&quot;&gt;&lt;font color=&quot;#E6E6E6&quot;&gt;%c4Description%&lt;/font&gt;&lt;/div&gt;" id="QPQx1lAxpROD3ONeoEt4-11">
-           <mxCell style="rounded=1;whiteSpace=wrap;html=1;fontSize=11;labelBackgroundColor=none;fillColor=#23A2D9;fontColor=#ffffff;align=center;arcSize=10;strokeColor=#0E7DAD;metaEdit=1;resizable=0;points=[[0.25,0,0],[0.5,0,0],[0.75,0,0],[1,0.25,0],[1,0.5,0],[1,0.75,0],[0.75,1,0],[0.5,1,0],[0.25,1,0],[0,0.75,0],[0,0.5,0],[0,0.25,0]];" vertex="1" parent="1">
+           <mxCell style="rounded=1;whiteSpace=wrap;html=1;fontSize=11;labelBackgroundColor=none;fillColor=#23A2D9;fontColor=#ffffff;align=center;arcSize=10;strokeColor=#0E7DAD;metaEdit=1;resizable=0;points=[[0.25,0,0],[0.5,0,0],[0.75,0,0],[1,0.25,0],[1,0.5,0],[1,0.75,0],[0.75,1,0],[0.5,1,0],[0.25,1,0],[0,0.75,0],[0,0.5,0],[0,0.25,0]];" parent="1" vertex="1">
            <mxGeometry x="400" y="780" width="240" height="120" as="geometry" />
          </mxCell>
        </object>
        <object placeholders="1" c4Name="Сервис команд" c4Type="6 экземпляров" c4Technology="" c4Description="прием write-команд&#xa;публикация событий" label="&lt;font style=&quot;font-size: 16px&quot;&gt;&lt;b&gt;%c4Name%&lt;/b&gt;&lt;/font&gt;&lt;div&gt;[%c4Type%: %c4Technology%]&lt;/div&gt;&lt;br&gt;&lt;div&gt;&lt;font style=&quot;font-size: 11px&quot;&gt;&lt;font color=&quot;#E6E6E6&quot;&gt;%c4Description%&lt;/font&gt;&lt;/div&gt;" id="QPQx1lAxpROD3ONeoEt4-13">
-           <mxCell style="rounded=1;whiteSpace=wrap;html=1;fontSize=11;labelBackgroundColor=none;fillColor=#23A2D9;fontColor=#ffffff;align=center;arcSize=10;strokeColor=#0E7DAD;metaEdit=1;resizable=0;points=[[0.25,0,0],[0.5,0,0],[0.75,0,0],[1,0.25,0],[1,0.5,0],[1,0.75,0],[0.75,1,0],[0.5,1,0],[0.25,1,0],[0,0.75,0],[0,0.5,0],[0,0.25,0]];" vertex="1" parent="1">
+           <mxCell style="rounded=1;whiteSpace=wrap;html=1;fontSize=11;labelBackgroundColor=none;fillColor=#23A2D9;fontColor=#ffffff;align=center;arcSize=10;strokeColor=#0E7DAD;metaEdit=1;resizable=0;points=[[0.25,0,0],[0.5,0,0],[0.75,0,0],[1,0.25,0],[1,0.5,0],[1,0.75,0],[0.75,1,0],[0.5,1,0],[0.25,1,0],[0,0.75,0],[0,0.5,0],[0,0.25,0]];" parent="1" vertex="1">
            <mxGeometry x="1020" y="780" width="240" height="120" as="geometry" />
          </mxCell>
        </object>
        <object placeholders="1" c4Name="Сервис резервирования" c4Type="4 экземпляра" c4Technology="" c4Description="500 TPS peak&#xa;пул соединений к БД" label="&lt;font style=&quot;font-size: 16px&quot;&gt;&lt;b&gt;%c4Name%&lt;/b&gt;&lt;/font&gt;&lt;div&gt;[%c4Type%: %c4Technology%]&lt;/div&gt;&lt;br&gt;&lt;div&gt;&lt;font style=&quot;font-size: 11px&quot;&gt;&lt;font color=&quot;#E6E6E6&quot;&gt;%c4Description%&lt;/font&gt;&lt;/div&gt;" id="QPQx1lAxpROD3ONeoEt4-14">
-           <mxCell style="rounded=1;whiteSpace=wrap;html=1;fontSize=11;labelBackgroundColor=none;fillColor=#23A2D9;fontColor=#ffffff;align=center;arcSize=10;strokeColor=#0E7DAD;metaEdit=1;resizable=0;points=[[0.25,0,0],[0.5,0,0],[0.75,0,0],[1,0.25,0],[1,0.5,0],[1,0.75,0],[0.75,1,0],[0.5,1,0],[0.25,1,0],[0,0.75,0],[0,0.5,0],[0,0.25,0]];" vertex="1" parent="1">
+           <mxCell style="rounded=1;whiteSpace=wrap;html=1;fontSize=11;labelBackgroundColor=none;fillColor=#23A2D9;fontColor=#ffffff;align=center;arcSize=10;strokeColor=#0E7DAD;metaEdit=1;resizable=0;points=[[0.25,0,0],[0.5,0,0],[0.75,0,0],[1,0.25,0],[1,0.5,0],[1,0.75,0],[0.75,1,0],[0.5,1,0],[0.25,1,0],[0,0.75,0],[0,0.5,0],[0,0.25,0]];" parent="1" vertex="1">
            <mxGeometry x="1300" y="780" width="240" height="120" as="geometry" />
          </mxCell>
        </object>
        <object placeholders="1" c4Name="Менеджер блокировок" c4Type="4 экземпляра" c4Technology="" c4Description="распределенные блокировки, TTL lock = 5 сек&#xa;предотвращение избыточного бронирования (oversell)" label="&lt;font style=&quot;font-size: 16px&quot;&gt;&lt;b&gt;%c4Name%&lt;/b&gt;&lt;/font&gt;&lt;div&gt;[%c4Type%: %c4Technology%]&lt;/div&gt;&lt;br&gt;&lt;div&gt;&lt;font style=&quot;font-size: 11px&quot;&gt;&lt;font color=&quot;#E6E6E6&quot;&gt;%c4Description%&lt;/font&gt;&lt;/div&gt;" id="QPQx1lAxpROD3ONeoEt4-15">
-           <mxCell style="rounded=1;whiteSpace=wrap;html=1;fontSize=11;labelBackgroundColor=none;fillColor=#23A2D9;fontColor=#ffffff;align=center;arcSize=10;strokeColor=#0E7DAD;metaEdit=1;resizable=0;points=[[0.25,0,0],[0.5,0,0],[0.75,0,0],[1,0.25,0],[1,0.5,0],[1,0.75,0],[0.75,1,0],[0.5,1,0],[0.25,1,0],[0,0.75,0],[0,0.5,0],[0,0.25,0]];" vertex="1" parent="1">
+           <mxCell style="rounded=1;whiteSpace=wrap;html=1;fontSize=11;labelBackgroundColor=none;fillColor=#23A2D9;fontColor=#ffffff;align=center;arcSize=10;strokeColor=#0E7DAD;metaEdit=1;resizable=0;points=[[0.25,0,0],[0.5,0,0],[0.75,0,0],[1,0.25,0],[1,0.5,0],[1,0.75,0],[0.75,1,0],[0.5,1,0],[0.25,1,0],[0,0.75,0],[0,0.5,0],[0,0.25,0]];" parent="1" vertex="1">
            <mxGeometry x="1580" y="780" width="240" height="120" as="geometry" />
          </mxCell>
        </object>
        <object placeholders="1" c4Name="Загрузчик моделей чтения" c4Type="12 экземпляров" c4Technology="" c4Description="" label="&lt;font style=&quot;font-size: 16px&quot;&gt;&lt;b&gt;%c4Name%&lt;/b&gt;&lt;/font&gt;&lt;div&gt;[%c4Type%: %c4Technology%]&lt;/div&gt;&lt;br&gt;&lt;div&gt;&lt;font style=&quot;font-size: 11px&quot;&gt;&lt;font color=&quot;#E6E6E6&quot;&gt;%c4Description%&lt;/font&gt;&lt;/div&gt;" id="QPQx1lAxpROD3ONeoEt4-16">
-           <mxCell style="rounded=1;whiteSpace=wrap;html=1;fontSize=11;labelBackgroundColor=none;fillColor=#23A2D9;fontColor=#ffffff;align=center;arcSize=10;strokeColor=#0E7DAD;metaEdit=1;resizable=0;points=[[0.25,0,0],[0.5,0,0],[0.75,0,0],[1,0.25,0],[1,0.5,0],[1,0.75,0],[0.75,1,0],[0.5,1,0],[0.25,1,0],[0,0.75,0],[0,0.5,0],[0,0.25,0]];" vertex="1" parent="1">
+           <mxCell style="rounded=1;whiteSpace=wrap;html=1;fontSize=11;labelBackgroundColor=none;fillColor=#23A2D9;fontColor=#ffffff;align=center;arcSize=10;strokeColor=#0E7DAD;metaEdit=1;resizable=0;points=[[0.25,0,0],[0.5,0,0],[0.75,0,0],[1,0.25,0],[1,0.5,0],[1,0.75,0],[0.75,1,0],[0.5,1,0],[0.25,1,0],[0,0.75,0],[0,0.5,0],[0,0.25,0]];" parent="1" vertex="1">
            <mxGeometry x="2200" y="780" width="240" height="120" as="geometry" />
          </mxCell>
        </object>
        <object placeholders="1" c4Name="Сервис синхронизации кеша" c4Type="" c4Technology="" c4Description="" label="&lt;font style=&quot;font-size: 16px&quot;&gt;&lt;b&gt;%c4Name%&lt;/b&gt;&lt;/font&gt;&lt;div&gt;[%c4Type%: %c4Technology%]&lt;/div&gt;&lt;br&gt;&lt;div&gt;&lt;font style=&quot;font-size: 11px&quot;&gt;&lt;font color=&quot;#E6E6E6&quot;&gt;%c4Description%&lt;/font&gt;&lt;/div&gt;" id="QPQx1lAxpROD3ONeoEt4-17">
-           <mxCell style="rounded=1;whiteSpace=wrap;html=1;fontSize=11;labelBackgroundColor=none;fillColor=#23A2D9;fontColor=#ffffff;align=center;arcSize=10;strokeColor=#0E7DAD;metaEdit=1;resizable=0;points=[[0.25,0,0],[0.5,0,0],[0.75,0,0],[1,0.25,0],[1,0.5,0],[1,0.75,0],[0.75,1,0],[0.5,1,0],[0.25,1,0],[0,0.75,0],[0,0.5,0],[0,0.25,0]];" vertex="1" parent="1">
+           <mxCell style="rounded=1;whiteSpace=wrap;html=1;fontSize=11;labelBackgroundColor=none;fillColor=#23A2D9;fontColor=#ffffff;align=center;arcSize=10;strokeColor=#0E7DAD;metaEdit=1;resizable=0;points=[[0.25,0,0],[0.5,0,0],[0.75,0,0],[1,0.25,0],[1,0.5,0],[1,0.75,0],[0.75,1,0],[0.5,1,0],[0.25,1,0],[0,0.75,0],[0,0.5,0],[0,0.25,0]];" parent="1" vertex="1">
            <mxGeometry x="2481" y="780" width="240" height="120" as="geometry" />
          </mxCell>
        </object>
        <object placeholders="1" c4Name="Адаптер касс (POS)" c4Type="" c4Technology="" c4Description="" label="&lt;font style=&quot;font-size: 16px&quot;&gt;&lt;b&gt;%c4Name%&lt;/b&gt;&lt;/font&gt;&lt;div&gt;[%c4Type%: %c4Technology%]&lt;/div&gt;&lt;br&gt;&lt;div&gt;&lt;font style=&quot;font-size: 11px&quot;&gt;&lt;font color=&quot;#E6E6E6&quot;&gt;%c4Description%&lt;/font&gt;&lt;/div&gt;" id="QPQx1lAxpROD3ONeoEt4-18">
-           <mxCell style="rounded=1;whiteSpace=wrap;html=1;fontSize=11;labelBackgroundColor=none;fillColor=#23A2D9;fontColor=#ffffff;align=center;arcSize=10;strokeColor=#0E7DAD;metaEdit=1;resizable=0;points=[[0.25,0,0],[0.5,0,0],[0.75,0,0],[1,0.25,0],[1,0.5,0],[1,0.75,0],[0.75,1,0],[0.5,1,0],[0.25,1,0],[0,0.75,0],[0,0.5,0],[0,0.25,0]];" vertex="1" parent="1">
+           <mxCell style="rounded=1;whiteSpace=wrap;html=1;fontSize=11;labelBackgroundColor=none;fillColor=#23A2D9;fontColor=#ffffff;align=center;arcSize=10;strokeColor=#0E7DAD;metaEdit=1;resizable=0;points=[[0.25,0,0],[0.5,0,0],[0.75,0,0],[1,0.25,0],[1,0.5,0],[1,0.75,0],[0.75,1,0],[0.5,1,0],[0.25,1,0],[0,0.75,0],[0,0.5,0],[0,0.25,0]];" parent="1" vertex="1">
            <mxGeometry x="2820" y="780" width="240" height="120" as="geometry" />
          </mxCell>
        </object>
        <object placeholders="1" c4Name="Адаптер склада (WMS)" c4Type="" c4Technology="" c4Description="" label="&lt;font style=&quot;font-size: 16px&quot;&gt;&lt;b&gt;%c4Name%&lt;/b&gt;&lt;/font&gt;&lt;div&gt;[%c4Type%: %c4Technology%]&lt;/div&gt;&lt;br&gt;&lt;div&gt;&lt;font style=&quot;font-size: 11px&quot;&gt;&lt;font color=&quot;#E6E6E6&quot;&gt;%c4Description%&lt;/font&gt;&lt;/div&gt;" id="QPQx1lAxpROD3ONeoEt4-19">
-           <mxCell style="rounded=1;whiteSpace=wrap;html=1;fontSize=11;labelBackgroundColor=none;fillColor=#23A2D9;fontColor=#ffffff;align=center;arcSize=10;strokeColor=#0E7DAD;metaEdit=1;resizable=0;points=[[0.25,0,0],[0.5,0,0],[0.75,0,0],[1,0.25,0],[1,0.5,0],[1,0.75,0],[0.75,1,0],[0.5,1,0],[0.25,1,0],[0,0.75,0],[0,0.5,0],[0,0.25,0]];" vertex="1" parent="1">
+           <mxCell style="rounded=1;whiteSpace=wrap;html=1;fontSize=11;labelBackgroundColor=none;fillColor=#23A2D9;fontColor=#ffffff;align=center;arcSize=10;strokeColor=#0E7DAD;metaEdit=1;resizable=0;points=[[0.25,0,0],[0.5,0,0],[0.75,0,0],[1,0.25,0],[1,0.5,0],[1,0.75,0],[0.75,1,0],[0.5,1,0],[0.25,1,0],[0,0.75,0],[0,0.5,0],[0,0.25,0]];" parent="1" vertex="1">
            <mxGeometry x="3100" y="780" width="240" height="120" as="geometry" />
          </mxCell>
        </object>
        <object placeholders="1" c4Name="Адаптер ERP" c4Type="" c4Technology="" c4Description="" label="&lt;font style=&quot;font-size: 16px&quot;&gt;&lt;b&gt;%c4Name%&lt;/b&gt;&lt;/font&gt;&lt;div&gt;[%c4Type%: %c4Technology%]&lt;/div&gt;&lt;br&gt;&lt;div&gt;&lt;font style=&quot;font-size: 11px&quot;&gt;&lt;font color=&quot;#E6E6E6&quot;&gt;%c4Description%&lt;/font&gt;&lt;/div&gt;" id="QPQx1lAxpROD3ONeoEt4-20">
-           <mxCell style="rounded=1;whiteSpace=wrap;html=1;fontSize=11;labelBackgroundColor=none;fillColor=#23A2D9;fontColor=#ffffff;align=center;arcSize=10;strokeColor=#0E7DAD;metaEdit=1;resizable=0;points=[[0.25,0,0],[0.5,0,0],[0.75,0,0],[1,0.25,0],[1,0.5,0],[1,0.75,0],[0.75,1,0],[0.5,1,0],[0.25,1,0],[0,0.75,0],[0,0.5,0],[0,0.25,0]];" vertex="1" parent="1">
+           <mxCell style="rounded=1;whiteSpace=wrap;html=1;fontSize=11;labelBackgroundColor=none;fillColor=#23A2D9;fontColor=#ffffff;align=center;arcSize=10;strokeColor=#0E7DAD;metaEdit=1;resizable=0;points=[[0.25,0,0],[0.5,0,0],[0.75,0,0],[1,0.25,0],[1,0.5,0],[1,0.75,0],[0.75,1,0],[0.5,1,0],[0.25,1,0],[0,0.75,0],[0,0.5,0],[0,0.25,0]];" parent="1" vertex="1">
            <mxGeometry x="3380" y="780" width="240" height="120" as="geometry" />
          </mxCell>
        </object>
        <object placeholders="1" c4Name="Адаптер служб доставки" c4Type="" c4Technology="" c4Description="" label="&lt;font style=&quot;font-size: 16px&quot;&gt;&lt;b&gt;%c4Name%&lt;/b&gt;&lt;/font&gt;&lt;div&gt;[%c4Type%: %c4Technology%]&lt;/div&gt;&lt;br&gt;&lt;div&gt;&lt;font style=&quot;font-size: 11px&quot;&gt;&lt;font color=&quot;#E6E6E6&quot;&gt;%c4Description%&lt;/font&gt;&lt;/div&gt;" id="QPQx1lAxpROD3ONeoEt4-21">
-           <mxCell style="rounded=1;whiteSpace=wrap;html=1;fontSize=11;labelBackgroundColor=none;fillColor=#23A2D9;fontColor=#ffffff;align=center;arcSize=10;strokeColor=#0E7DAD;metaEdit=1;resizable=0;points=[[0.25,0,0],[0.5,0,0],[0.75,0,0],[1,0.25,0],[1,0.5,0],[1,0.75,0],[0.75,1,0],[0.5,1,0],[0.25,1,0],[0,0.75,0],[0,0.5,0],[0,0.25,0]];" vertex="1" parent="1">
+           <mxCell style="rounded=1;whiteSpace=wrap;html=1;fontSize=11;labelBackgroundColor=none;fillColor=#23A2D9;fontColor=#ffffff;align=center;arcSize=10;strokeColor=#0E7DAD;metaEdit=1;resizable=0;points=[[0.25,0,0],[0.5,0,0],[0.75,0,0],[1,0.25,0],[1,0.5,0],[1,0.75,0],[0.75,1,0],[0.5,1,0],[0.25,1,0],[0,0.75,0],[0,0.5,0],[0,0.25,0]];" parent="1" vertex="1">
            <mxGeometry x="3660" y="780" width="240" height="120" as="geometry" />
          </mxCell>
        </object>
        <object placeholders="1" c4Type="Гео-индекс, координаты" c4Container="3 узла" c4Technology="MongoDB" c4Description="" label="&lt;font style=&quot;font-size: 16px&quot;&gt;&lt;b&gt;%c4Type%&lt;/b&gt;&lt;/font&gt;&lt;div&gt;[%c4Container%:&amp;nbsp;%c4Technology%]&lt;/div&gt;&lt;br&gt;&lt;div&gt;&lt;font style=&quot;font-size: 11px&quot;&gt;&lt;font color=&quot;#E6E6E6&quot;&gt;%c4Description%&lt;/font&gt;&lt;/div&gt;" id="QPQx1lAxpROD3ONeoEt4-22">
+           <mxCell style="shape=cylinder3;size=15;whiteSpace=wrap;html=1;boundedLbl=1;rounded=0;labelBackgroundColor=none;fillColor=#23A2D9;fontSize=12;fontColor=#ffffff;align=center;strokeColor=#0E7DAD;metaEdit=1;points=[[0.5,0,0],[1,0.25,0],[1,0.5,0],[1,0.75,0],[0.5,1,0],[0,0.75,0],[0,0.5,0],[0,0.25,0]];resizable=0;" parent="1" vertex="1">
+             <mxGeometry x="400" y="1440" width="240" height="120" as="geometry" />
+           </mxCell>
+         </object>
+         <object placeholders="1" c4Type="Хранилище модели чтения" c4Container="3 узла" c4Technology="ModgoDB Reolica Set" c4Description="" label="&lt;font style=&quot;font-size: 16px&quot;&gt;&lt;b&gt;%c4Type%&lt;/b&gt;&lt;/font&gt;&lt;div&gt;[%c4Container%:&amp;nbsp;%c4Technology%]&lt;/div&gt;&lt;br&gt;&lt;div&gt;&lt;font style=&quot;font-size: 11px&quot;&gt;&lt;font color=&quot;#E6E6E6&quot;&gt;%c4Description%&lt;/font&gt;&lt;/div&gt;" id="QPQx1lAxpROD3ONeoEt4-23">
+           <mxCell style="shape=cylinder3;size=15;whiteSpace=wrap;html=1;boundedLbl=1;rounded=0;labelBackgroundColor=none;fillColor=#23A2D9;fontSize=12;fontColor=#ffffff;align=center;strokeColor=#0E7DAD;metaEdit=1;points=[[0.5,0,0],[1,0.25,0],[1,0.5,0],[1,0.75,0],[0.5,1,0],[0,0.75,0],[0,0.5,0],[0,0.25,0]];resizable=0;" parent="1" vertex="1">
+             <mxGeometry x="1710" y="1240" width="240" height="120" as="geometry" />
+           </mxCell>
+         </object>
+         <object placeholders="1" c4Type="БД резервирования" c4Container="3 узла" c4Technology="PostgreSQL" c4Description="OLTP, primary + 2 replica&#xa;ACID-транзакции резервов" label="&lt;font style=&quot;font-size: 16px&quot;&gt;&lt;b&gt;%c4Type%&lt;/b&gt;&lt;/font&gt;&lt;div&gt;[%c4Container%:&amp;nbsp;%c4Technology%]&lt;/div&gt;&lt;br&gt;&lt;div&gt;&lt;font style=&quot;font-size: 11px&quot;&gt;&lt;font color=&quot;#E6E6E6&quot;&gt;%c4Description%&lt;/font&gt;&lt;/div&gt;" id="QPQx1lAxpROD3ONeoEt4-24">
+           <mxCell style="shape=cylinder3;size=15;whiteSpace=wrap;html=1;boundedLbl=1;rounded=0;labelBackgroundColor=none;fillColor=#23A2D9;fontSize=12;fontColor=#ffffff;align=center;strokeColor=#0E7DAD;metaEdit=1;points=[[0.5,0,0],[1,0.25,0],[1,0.5,0],[1,0.75,0],[0.5,1,0],[0,0.75,0],[0,0.5,0],[0,0.25,0]];resizable=0;" parent="1" vertex="1">
+             <mxGeometry x="1310" y="1440" width="240" height="120" as="geometry" />
+           </mxCell>
+         </object>
+         <object placeholders="1" c4Name="Реестр схем" c4Type="2 экземпляра" c4Technology="" c4Description="контроль версий событий&#xa;Avro schema compatibility" label="&lt;font style=&quot;font-size: 16px&quot;&gt;&lt;b&gt;%c4Name%&lt;/b&gt;&lt;/font&gt;&lt;div&gt;[%c4Type%: %c4Technology%]&lt;/div&gt;&lt;br&gt;&lt;div&gt;&lt;font style=&quot;font-size: 11px&quot;&gt;&lt;font color=&quot;#E6E6E6&quot;&gt;%c4Description%&lt;/font&gt;&lt;/div&gt;" id="QPQx1lAxpROD3ONeoEt4-25">
+           <mxCell style="rounded=1;whiteSpace=wrap;html=1;fontSize=11;labelBackgroundColor=none;fillColor=#23A2D9;fontColor=#ffffff;align=center;arcSize=10;strokeColor=#0E7DAD;metaEdit=1;resizable=0;points=[[0.25,0,0],[0.5,0,0],[0.75,0,0],[1,0.25,0],[1,0.5,0],[1,0.75,0],[0.75,1,0],[0.5,1,0],[0.25,1,0],[0,0.75,0],[0,0.5,0],[0,0.25,0]];" parent="1" vertex="1">
+             <mxGeometry x="1920" y="780" width="240" height="120" as="geometry" />
+           </mxCell>
+         </object>
+         <object placeholders="1" c4Name="Сервис сверки" c4Type="2 экземпляров" c4Technology="" c4Description="" label="&lt;font style=&quot;font-size: 16px&quot;&gt;&lt;b&gt;%c4Name%&lt;/b&gt;&lt;/font&gt;&lt;div&gt;[%c4Type%: %c4Technology%]&lt;/div&gt;&lt;br&gt;&lt;div&gt;&lt;font style=&quot;font-size: 11px&quot;&gt;&lt;font color=&quot;#E6E6E6&quot;&gt;%c4Description%&lt;/font&gt;&lt;/div&gt;" id="VlQnAJaJ7nfk2XAq00_U-1">
+           <mxCell style="rounded=1;whiteSpace=wrap;html=1;fontSize=11;labelBackgroundColor=none;fillColor=#23A2D9;fontColor=#ffffff;align=center;arcSize=10;strokeColor=#0E7DAD;metaEdit=1;resizable=0;points=[[0.25,0,0],[0.5,0,0],[0.75,0,0],[1,0.25,0],[1,0.5,0],[1,0.75,0],[0.75,1,0],[0.5,1,0],[0.25,1,0],[0,0.75,0],[0,0.5,0],[0,0.25,0]];" vertex="1" parent="1">
+             <mxGeometry x="1580" y="940" width="240" height="120" as="geometry" />
+           </mxCell>
+         </object>
+         <object placeholders="1" c4Name="Админ-сервис" c4Type="2 экземпляров" c4Technology="" c4Description="" label="&lt;font style=&quot;font-size: 16px&quot;&gt;&lt;b&gt;%c4Name%&lt;/b&gt;&lt;/font&gt;&lt;div&gt;[%c4Type%: %c4Technology%]&lt;/div&gt;&lt;br&gt;&lt;div&gt;&lt;font style=&quot;font-size: 11px&quot;&gt;&lt;font color=&quot;#E6E6E6&quot;&gt;%c4Description%&lt;/font&gt;&lt;/div&gt;" id="VlQnAJaJ7nfk2XAq00_U-2">
+           <mxCell style="rounded=1;whiteSpace=wrap;html=1;fontSize=11;labelBackgroundColor=none;fillColor=#23A2D9;fontColor=#ffffff;align=center;arcSize=10;strokeColor=#0E7DAD;metaEdit=1;resizable=0;points=[[0.25,0,0],[0.5,0,0],[0.75,0,0],[1,0.25,0],[1,0.5,0],[1,0.75,0],[0.75,1,0],[0.5,1,0],[0.25,1,0],[0,0.75,0],[0,0.5,0],[0,0.25,0]];" vertex="1" parent="1">
+             <mxGeometry x="1300" y="940" width="240" height="120" as="geometry" />
+           </mxCell>
+         </object>
+         <object placeholders="1" c4Type="Метаданные, справочники" c4Container="2 узла" c4Technology="PostgreSQL" c4Description="" label="&lt;font style=&quot;font-size: 16px&quot;&gt;&lt;b&gt;%c4Type%&lt;/b&gt;&lt;/font&gt;&lt;div&gt;[%c4Container%:&amp;nbsp;%c4Technology%]&lt;/div&gt;&lt;br&gt;&lt;div&gt;&lt;font style=&quot;font-size: 11px&quot;&gt;&lt;font color=&quot;#E6E6E6&quot;&gt;%c4Description%&lt;/font&gt;&lt;/div&gt;" id="VlQnAJaJ7nfk2XAq00_U-3">
          <mxCell style="shape=cylinder3;size=15;whiteSpace=wrap;html=1;boundedLbl=1;rounded=0;labelBackgroundColor=none;fillColor=#23A2D9;fontSize=12;fontColor=#ffffff;align=center;strokeColor=#0E7DAD;metaEdit=1;points=[[0.5,0,0],[1,0.25,0],[1,0.5,0],[1,0.75,0],[0.5,1,0],[0,0.75,0],[0,0.5,0],[0,0.25,0]];resizable=0;" vertex="1" parent="1">
-             <mxGeometry x="400" y="1440" width="240" height="120" as="geometry" />
-           </mxCell>
-         </object>
-         <object placeholders="1" c4Type="Хранилище модели чтения" c4Container="3 узла" c4Technology="ModgoDB Reolica Set" c4Description="" label="&lt;font style=&quot;font-size: 16px&quot;&gt;&lt;b&gt;%c4Type%&lt;/b&gt;&lt;/font&gt;&lt;div&gt;[%c4Container%:&amp;nbsp;%c4Technology%]&lt;/div&gt;&lt;br&gt;&lt;div&gt;&lt;font style=&quot;font-size: 11px&quot;&gt;&lt;font color=&quot;#E6E6E6&quot;&gt;%c4Description%&lt;/font&gt;&lt;/div&gt;" id="QPQx1lAxpROD3ONeoEt4-23">
+             <mxGeometry x="1590" y="1440" width="240" height="120" as="geometry" />
+           </mxCell>
+         </object>
+         <object placeholders="1" c4Name="Клиент лояльности" c4Type="8 эеземпляра" c4Technology="" c4Description="" label="&lt;font style=&quot;font-size: 16px&quot;&gt;&lt;b&gt;%c4Name%&lt;/b&gt;&lt;/font&gt;&lt;div&gt;[%c4Type%: %c4Technology%]&lt;/div&gt;&lt;br&gt;&lt;div&gt;&lt;font style=&quot;font-size: 11px&quot;&gt;&lt;font color=&quot;#E6E6E6&quot;&gt;%c4Description%&lt;/font&gt;&lt;/div&gt;" id="VlQnAJaJ7nfk2XAq00_U-4">
+           <mxCell style="rounded=1;whiteSpace=wrap;html=1;fontSize=11;labelBackgroundColor=none;fillColor=#23A2D9;fontColor=#ffffff;align=center;arcSize=10;strokeColor=#0E7DAD;metaEdit=1;resizable=0;points=[[0.25,0,0],[0.5,0,0],[0.75,0,0],[1,0.25,0],[1,0.5,0],[1,0.75,0],[0.75,1,0],[0.5,1,0],[0.25,1,0],[0,0.75,0],[0,0.5,0],[0,0.25,0]];" vertex="1" parent="1">
+             <mxGeometry x="3660" y="940" width="240" height="120" as="geometry" />
+           </mxCell>
+         </object>
+         <object placeholders="1" c4Type="Кеш лояльности" c4Container="4 nodes" c4Technology="Redis" c4Description="" label="&lt;font style=&quot;font-size: 16px&quot;&gt;&lt;b&gt;%c4Type%&lt;/b&gt;&lt;/font&gt;&lt;div&gt;[%c4Container%:&amp;nbsp;%c4Technology%]&lt;/div&gt;&lt;br&gt;&lt;div&gt;&lt;font style=&quot;font-size: 11px&quot;&gt;&lt;font color=&quot;#E6E6E6&quot;&gt;%c4Description%&lt;/font&gt;&lt;/div&gt;" id="VlQnAJaJ7nfk2XAq00_U-5">
          <mxCell style="shape=cylinder3;size=15;whiteSpace=wrap;html=1;boundedLbl=1;rounded=0;labelBackgroundColor=none;fillColor=#23A2D9;fontSize=12;fontColor=#ffffff;align=center;strokeColor=#0E7DAD;metaEdit=1;points=[[0.5,0,0],[1,0.25,0],[1,0.5,0],[1,0.75,0],[0.5,1,0],[0,0.75,0],[0,0.5,0],[0,0.25,0]];resizable=0;" vertex="1" parent="1">
-             <mxGeometry x="1710" y="1240" width="240" height="120" as="geometry" />
-           </mxCell>
-         </object>
-         <object placeholders="1" c4Type="БД резервирования" c4Container="3 узла" c4Technology="PostgreSQL" c4Description="OLTP, primary + 2 replica&#xa;ACID-транзакции резервов" label="&lt;font style=&quot;font-size: 16px&quot;&gt;&lt;b&gt;%c4Type%&lt;/b&gt;&lt;/font&gt;&lt;div&gt;[%c4Container%:&amp;nbsp;%c4Technology%]&lt;/div&gt;&lt;br&gt;&lt;div&gt;&lt;font style=&quot;font-size: 11px&quot;&gt;&lt;font color=&quot;#E6E6E6&quot;&gt;%c4Description%&lt;/font&gt;&lt;/div&gt;" id="QPQx1lAxpROD3ONeoEt4-24">
-           <mxCell style="shape=cylinder3;size=15;whiteSpace=wrap;html=1;boundedLbl=1;rounded=0;labelBackgroundColor=none;fillColor=#23A2D9;fontSize=12;fontColor=#ffffff;align=center;strokeColor=#0E7DAD;metaEdit=1;points=[[0.5,0,0],[1,0.25,0],[1,0.5,0],[1,0.75,0],[0.5,1,0],[0,0.75,0],[0,0.5,0],[0,0.25,0]];resizable=0;" vertex="1" parent="1">
-             <mxGeometry x="1310" y="1440" width="240" height="120" as="geometry" />
-           </mxCell>
-         </object>
-         <object placeholders="1" c4Name="Реестр схем" c4Type="2 экземпляров" c4Technology="" c4Description="контроль версий событий&#xa;Avro schema compatibility" label="&lt;font style=&quot;font-size: 16px&quot;&gt;&lt;b&gt;%c4Name%&lt;/b&gt;&lt;/font&gt;&lt;div&gt;[%c4Type%: %c4Technology%]&lt;/div&gt;&lt;br&gt;&lt;div&gt;&lt;font style=&quot;font-size: 11px&quot;&gt;&lt;font color=&quot;#E6E6E6&quot;&gt;%c4Description%&lt;/font&gt;&lt;/div&gt;" id="QPQx1lAxpROD3ONeoEt4-25">
-           <mxCell style="rounded=1;whiteSpace=wrap;html=1;fontSize=11;labelBackgroundColor=none;fillColor=#23A2D9;fontColor=#ffffff;align=center;arcSize=10;strokeColor=#0E7DAD;metaEdit=1;resizable=0;points=[[0.25,0,0],[0.5,0,0],[0.75,0,0],[1,0.25,0],[1,0.5,0],[1,0.75,0],[0.75,1,0],[0.5,1,0],[0.25,1,0],[0,0.75,0],[0,0.5,0],[0,0.25,0]];" vertex="1" parent="1">
-             <mxGeometry x="1920" y="780" width="240" height="120" as="geometry" />
+             <mxGeometry x="3650" y="1260" width="240" height="120" as="geometry" />
+           </mxCell>
+         </object>
+         <object placeholders="1" c4Name="Сервис агрегации метрик" c4Type="3 экземпляра" c4Technology="" c4Description="" label="&lt;font style=&quot;font-size: 16px&quot;&gt;&lt;b&gt;%c4Name%&lt;/b&gt;&lt;/font&gt;&lt;div&gt;[%c4Type%: %c4Technology%]&lt;/div&gt;&lt;br&gt;&lt;div&gt;&lt;font style=&quot;font-size: 11px&quot;&gt;&lt;font color=&quot;#E6E6E6&quot;&gt;%c4Description%&lt;/font&gt;&lt;/div&gt;" id="VlQnAJaJ7nfk2XAq00_U-6">
+           <mxCell style="rounded=1;whiteSpace=wrap;html=1;fontSize=11;labelBackgroundColor=none;fillColor=#23A2D9;fontColor=#ffffff;align=center;arcSize=10;strokeColor=#0E7DAD;metaEdit=1;resizable=0;points=[[0.25,0,0],[0.5,0,0],[0.75,0,0],[1,0.25,0],[1,0.5,0],[1,0.75,0],[0.75,1,0],[0.5,1,0],[0.25,1,0],[0,0.75,0],[0,0.5,0],[0,0.25,0]];" vertex="1" parent="1">
+             <mxGeometry x="1920" y="940" width="240" height="120" as="geometry" />
          </mxCell>
        </object>
      </root>
    </mxGraphModel>
  </diagram>
</mxfile>
